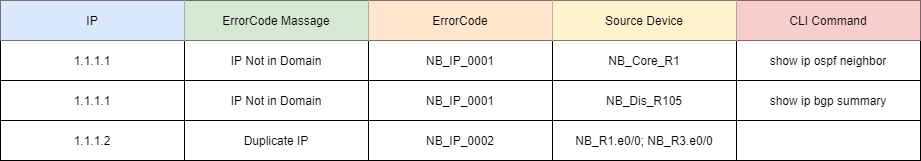
PlatformCertification/Certification-IEv10.0 keeps this draw.io diagram as Platform Certification Guidance/images/report sample.png. Above is the earlier version. Source tidied: cells renumbered, new cells last; positions are measured from the earlier drawing's top-left corner, leaving out a move shared by most shapes.
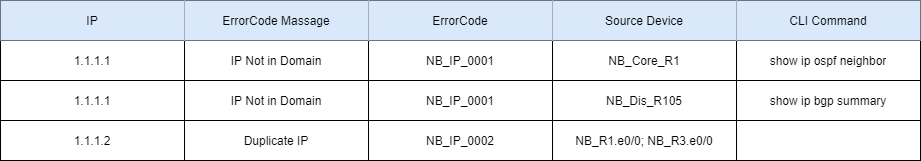
The same diagram one commit later.

Commit message:
export report sample image update

What changed in the source:
```diff
@@ -11,16 +11,16 @@
     <mxCell id="4" value="IP" style="shape=partialRectangle;html=1;whiteSpace=wrap;overflow=hidden;fillColor=#dae8fc;top=0;left=0;bottom=0;right=0;strokeColor=#6c8ebf;" parent="3" vertex="1">
       <mxGeometry width="184" height="40" as="geometry" />
     </mxCell>
-    <mxCell id="5" value="ErrorCode Massage" style="shape=partialRectangle;html=1;whiteSpace=wrap;overflow=hidden;fillColor=#d5e8d4;top=0;left=0;bottom=0;right=0;strokeColor=#82b366;" parent="3" vertex="1">
+    <mxCell id="5" value="ErrorCode Massage" style="shape=partialRectangle;html=1;whiteSpace=wrap;overflow=hidden;fillColor=#dae8fc;top=0;left=0;bottom=0;right=0;strokeColor=#6c8ebf;" parent="3" vertex="1">
       <mxGeometry x="184" width="184" height="40" as="geometry" />
     </mxCell>
-    <mxCell id="6" value="ErrorCode" style="shape=partialRectangle;html=1;whiteSpace=wrap;overflow=hidden;fillColor=#ffe6cc;top=0;left=0;bottom=0;right=0;strokeColor=#d79b00;" parent="3" vertex="1">
+    <mxCell id="6" value="ErrorCode" style="shape=partialRectangle;html=1;whiteSpace=wrap;overflow=hidden;fillColor=#dae8fc;top=0;left=0;bottom=0;right=0;strokeColor=#6c8ebf;" parent="3" vertex="1">
       <mxGeometry x="368" width="184" height="40" as="geometry" />
     </mxCell>
-    <mxCell id="7" value="Source Device" style="shape=partialRectangle;html=1;whiteSpace=wrap;overflow=hidden;fillColor=#fff2cc;top=0;left=0;bottom=0;right=0;strokeColor=#d6b656;" parent="3" vertex="1">
+    <mxCell id="7" value="Source Device" style="shape=partialRectangle;html=1;whiteSpace=wrap;overflow=hidden;fillColor=#dae8fc;top=0;left=0;bottom=0;right=0;strokeColor=#6c8ebf;" parent="3" vertex="1">
       <mxGeometry x="552" width="184" height="40" as="geometry" />
     </mxCell>
-    <mxCell id="8" value="CLI Command" style="shape=partialRectangle;html=1;whiteSpace=wrap;overflow=hidden;fillColor=#f8cecc;top=0;left=0;bottom=0;right=0;strokeColor=#b85450;" parent="3" vertex="1">
+    <mxCell id="8" value="CLI Command" style="shape=partialRectangle;html=1;whiteSpace=wrap;overflow=hidden;fillColor=#dae8fc;top=0;left=0;bottom=0;right=0;strokeColor=#6c8ebf;" parent="3" vertex="1">
       <mxGeometry x="736" width="184" height="40" as="geometry" />
     </mxCell>
     <mxCell id="9" style="shape=partialRectangle;html=1;whiteSpace=wrap;fillColor=none;top=0;left=0;bottom=0;right=0;" parent="2" vertex="1">
```
